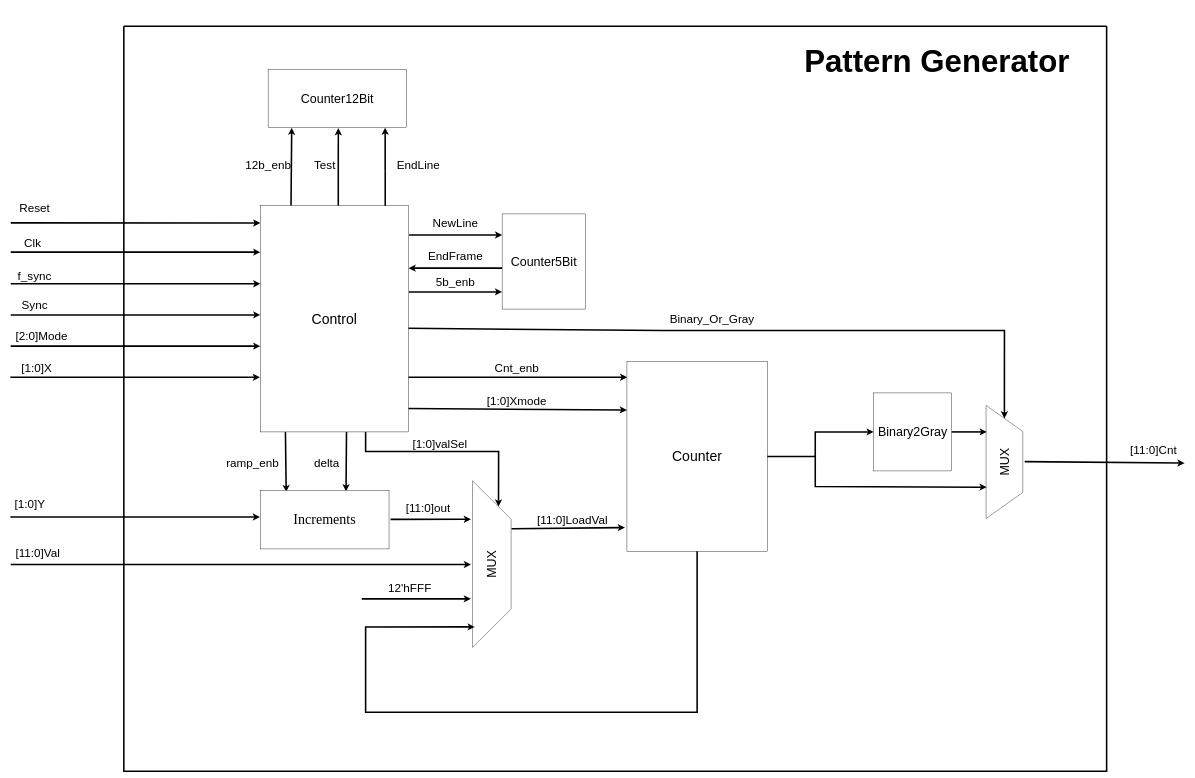
This is Diagrams/TOP.drawio from sabarioded/Patterns_Project, a draw.io file, before an edit. Source tidied: cells renumbered, new cells numbered last; positions are measured from the earlier drawing's top-left corner, leaving out a move shared by most shapes. Both pictures are drawn from the tidied source at 39%, with x=0, y=0 at pixel (10, 7).
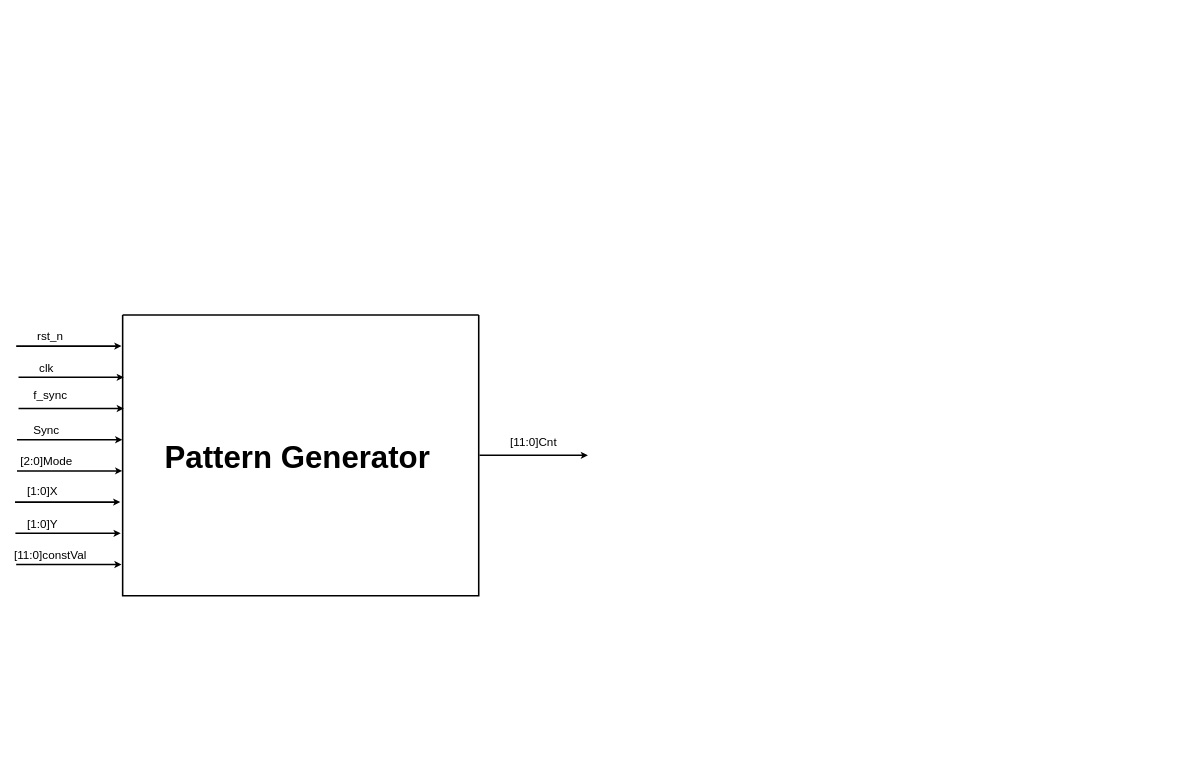
The same diagram, later.

The edit, as a diff of the source:
```diff
@@
-    <mxCell id="2" value="&lt;font style=&quot;font-size: 32px;&quot;&gt;MUX&lt;/font&gt;" style="verticalLabelPosition=middle;verticalAlign=middle;html=1;shape=trapezoid;perimeter=trapezoidPerimeter;whiteSpace=wrap;size=0.23;arcSize=10;flipV=1;labelPosition=center;align=center;rotation=-90;" parent="1" vertex="1">
-      <mxGeometry x="2403.9" y="1120" width="290" height="94" as="geometry" />
-    </mxCell>
-    <mxCell id="3" value="&lt;font style=&quot;font-size: 32px;&quot;&gt;Binary2Gray&lt;/font&gt;" style="whiteSpace=wrap;html=1;" parent="1" vertex="1">
-      <mxGeometry x="2213.9" y="990" width="200" height="200" as="geometry" />
-    </mxCell>
-    <mxCell id="4" style="edgeStyle=none;orthogonalLoop=1;jettySize=auto;html=1;rounded=0;strokeWidth=4;" parent="1" edge="1">
-      <mxGeometry relative="1" as="geometry">
-        <mxPoint x="1" y="554" as="sourcePoint" />
-        <mxPoint x="641" y="554.4" as="targetPoint" />
-      </mxGeometry>
-    </mxCell>
-    <mxCell id="5" value="&lt;font style=&quot;font-size: 30px;&quot;&gt;Reset&lt;/font&gt;" style="text;html=1;align=center;verticalAlign=middle;strokeColor=none;fillColor=none;" parent="1" vertex="1">
-      <mxGeometry x="12" y="490" width="100" height="50" as="geometry" />
+    <mxCell id="5" value="&lt;font style=&quot;font-size: 30px;&quot;&gt;rst_n&lt;/font&gt;" style="text;html=1;align=center;verticalAlign=middle;strokeColor=none;fillColor=none;" parent="1" vertex="1">
+      <mxGeometry x="57" y="820" width="90" height="50" as="geometry" />
     </mxCell>
-    <mxCell id="6" style="edgeStyle=none;orthogonalLoop=1;jettySize=auto;html=1;rounded=0;strokeWidth=4;" parent="1" edge="1">
-      <mxGeometry relative="1" as="geometry">
-        <mxPoint x="1" y="629" as="sourcePoint" />
-        <mxPoint x="641" y="629" as="targetPoint" />
-      </mxGeometry>
-    </mxCell>
-    <mxCell id="7" value="&lt;font style=&quot;font-size: 30px;&quot;&gt;Clk&lt;/font&gt;" style="text;html=1;align=center;verticalAlign=middle;strokeColor=none;fillColor=none;rotation=0;" parent="1" vertex="1">
-      <mxGeometry x="22" y="580" width="70" height="50" as="geometry" />
+    <mxCell id="7" value="&lt;font style=&quot;font-size: 30px;&quot;&gt;clk&lt;/font&gt;" style="text;html=1;align=center;verticalAlign=middle;strokeColor=none;fillColor=none;rotation=0;" parent="1" vertex="1">
+      <mxGeometry x="62" y="900" width="60" height="50" as="geometry" />
     </mxCell>
     <mxCell id="8" value="&lt;font style=&quot;font-size: 30px;&quot;&gt;Sync&lt;/font&gt;" style="text;html=1;align=center;verticalAlign=middle;strokeColor=none;fillColor=none;" parent="1" vertex="1">
-      <mxGeometry x="17" y="740" width="90" height="50" as="geometry" />
+      <mxGeometry x="47" y="1060" width="90" height="50" as="geometry" />
     </mxCell>
     <mxCell id="9" value="&lt;font style=&quot;font-size: 30px;&quot;&gt;f_sync&lt;/font&gt;" style="text;html=1;align=center;verticalAlign=middle;strokeColor=none;fillColor=none;" parent="1" vertex="1">
-      <mxGeometry x="7" y="664" width="110" height="50" as="geometry" />
+      <mxGeometry x="47" y="970" width="110" height="50" as="geometry" />
     </mxCell>
     <mxCell id="10" value="&lt;font style=&quot;font-size: 30px;&quot;&gt;[2:0]Mode&lt;/font&gt;" style="text;html=1;align=center;verticalAlign=middle;strokeColor=none;fillColor=none;" parent="1" vertex="1">
-      <mxGeometry y="820" width="160" height="50" as="geometry" />
+      <mxGeometry x="12" y="1140" width="160" height="50" as="geometry" />
     </mxCell>
     <mxCell id="11" value="&lt;font style=&quot;font-size: 30px;&quot;&gt;[1:0]X&lt;/font&gt;" style="text;html=1;align=center;verticalAlign=middle;strokeColor=none;fillColor=none;" parent="1" vertex="1">
-      <mxGeometry x="17" y="900" width="100" height="50" as="geometry" />
+      <mxGeometry x="32" y="1215" width="100" height="50" as="geometry" />
     </mxCell>
     <mxCell id="12" value="&lt;font style=&quot;font-size: 30px;&quot;&gt;[1:0]Y&lt;/font&gt;" style="text;html=1;align=center;verticalAlign=middle;strokeColor=none;fillColor=none;" parent="1" vertex="1">
-      <mxGeometry y="1250" width="100" height="50" as="geometry" />
+      <mxGeometry x="32" y="1300" width="100" height="50" as="geometry" />
     </mxCell>
-    <mxCell id="13" value="&lt;font style=&quot;font-size: 30px;&quot;&gt;delta&lt;/font&gt;" style="text;html=1;align=center;verticalAlign=middle;strokeColor=none;fillColor=none;" parent="1" vertex="1">
-      <mxGeometry x="766" y="1145" width="90" height="50" as="geometry" />
-    </mxCell>
-    <mxCell id="14" style="edgeStyle=none;jettySize=auto;html=1;rounded=0;exitX=0.104;exitY=1.002;exitDx=0;exitDy=0;exitPerimeter=0;entryX=0.201;entryY=0.027;entryDx=0;entryDy=0;entryPerimeter=0;strokeWidth=4;" parent="1" edge="1" target="17">
-      <mxGeometry relative="1" as="geometry">
-        <mxPoint x="705.3" y="1085" as="sourcePoint" />
-      </mxGeometry>
-    </mxCell>
-    <mxCell id="15" style="edgeStyle=none;orthogonalLoop=1;jettySize=auto;html=1;rounded=0;exitX=0.104;exitY=1.002;exitDx=0;exitDy=0;exitPerimeter=0;entryX=0.696;entryY=0.016;entryDx=0;entryDy=0;entryPerimeter=0;strokeWidth=4;" parent="1" edge="1">
-      <mxGeometry relative="1" as="geometry">
-        <mxPoint x="862" y="1090" as="sourcePoint" />
-        <mxPoint x="860.7" y="1242.4" as="targetPoint" />
-      </mxGeometry>
-    </mxCell>
-    <mxCell id="16" value="&lt;font style=&quot;font-size: 30px;&quot;&gt;ramp_enb&lt;/font&gt;" style="text;html=1;align=center;verticalAlign=middle;strokeColor=none;fillColor=none;" parent="1" vertex="1">
-      <mxGeometry x="541" y="1145" width="160" height="50" as="geometry" />
-    </mxCell>
-    <mxCell id="17" value="&lt;span style=&quot;font-family: &amp;quot;Times New Roman&amp;quot;, serif; font-size: 36px; text-align: start;&quot;&gt;Increments&lt;/span&gt;" style="rounded=0;whiteSpace=wrap;html=1;" parent="1" vertex="1">
-      <mxGeometry x="641" y="1240" width="330" height="150" as="geometry" />
-    </mxCell>
-    <mxCell id="18" style="endArrow=classic;html=1;rounded=0;entryX=-0.014;entryY=0.875;entryDx=0;entryDy=0;entryPerimeter=0;strokeWidth=4;" parent="1" edge="1" target="41">
-      <mxGeometry relative="1" as="geometry">
-        <mxPoint x="1285" y="1338.2" as="sourcePoint" />
-      </mxGeometry>
-    </mxCell>
-    <mxCell id="19" value="&lt;font style=&quot;font-size: 30px;&quot;&gt;[11:0]LoadVal&lt;/font&gt;" style="text;html=1;align=center;verticalAlign=middle;strokeColor=none;fillColor=none;" parent="1" vertex="1">
-      <mxGeometry x="1341" y="1290" width="200" height="50" as="geometry" />
-    </mxCell>
-    <mxCell id="20" style="endArrow=classic;html=1;rounded=0;entryX=0.007;entryY=0.19;entryDx=0;entryDy=0;entryPerimeter=0;strokeWidth=4;" parent="1" edge="1">
-      <mxGeometry relative="1" as="geometry">
-        <mxPoint x="1018.5" y="1030" as="sourcePoint" />
-        <mxPoint x="1581" y="1033.7" as="targetPoint" />
-      </mxGeometry>
-    </mxCell>
-    <mxCell id="21" value="&lt;font style=&quot;font-size: 30px;&quot;&gt;[1:0]Xmode&lt;/font&gt;" style="text;html=1;align=center;verticalAlign=middle;strokeColor=none;fillColor=none;" parent="1" vertex="1">
-      <mxGeometry x="1208" y="985" width="180" height="50" as="geometry" />
-    </mxCell>
-    <mxCell id="22" style="endArrow=classic;html=1;rounded=0;entryX=0.002;entryY=0.082;entryDx=0;entryDy=0;entryPerimeter=0;strokeWidth=4;" parent="1" edge="1" target="41">
-      <mxGeometry relative="1" as="geometry">
-        <mxPoint x="1017" y="950" as="sourcePoint" />
-      </mxGeometry>
-    </mxCell>
-    <mxCell id="23" value="&lt;font style=&quot;font-size: 30px;&quot;&gt;Cnt_enb&lt;/font&gt;" style="text;html=1;align=center;verticalAlign=middle;strokeColor=none;fillColor=none;" parent="1" vertex="1">
-      <mxGeometry x="1228" y="900" width="140" height="50" as="geometry" />
-    </mxCell>
-    <mxCell id="24" style="endArrow=classic;html=1;rounded=0;exitX=0.526;exitY=0;exitDx=0;exitDy=0;exitPerimeter=0;strokeWidth=4;" parent="1" edge="1">
-      <mxGeometry relative="1" as="geometry">
-        <mxPoint x="840.9" y="510" as="sourcePoint" />
-        <mxPoint x="841" y="311" as="targetPoint" />
-      </mxGeometry>
-    </mxCell>
-    <mxCell id="25" style="endArrow=classic;html=1;rounded=0;exitX=0.207;exitY=-0.001;exitDx=0;exitDy=0;exitPerimeter=0;entryX=1;entryY=1;entryDx=0;entryDy=0;strokeWidth=4;" parent="1" edge="1">
-      <mxGeometry relative="1" as="geometry">
-        <mxPoint x="719.7" y="509.5" as="sourcePoint" />
-        <mxPoint x="721.5" y="310" as="targetPoint" />
-      </mxGeometry>
-    </mxCell>
-    <mxCell id="26" value="&lt;font style=&quot;font-size: 30px;&quot;&gt;12b_enb&lt;/font&gt;" style="text;html=1;align=center;verticalAlign=middle;strokeColor=none;fillColor=none;" parent="1" vertex="1">
-      <mxGeometry x="591" y="380" width="140" height="50" as="geometry" />
-    </mxCell>
-    <mxCell id="27" value="&lt;font style=&quot;font-size: 30px;&quot;&gt;Test&lt;/font&gt;" style="text;html=1;align=center;verticalAlign=middle;strokeColor=none;fillColor=none;" parent="1" vertex="1">
-      <mxGeometry x="766" y="380" width="80" height="50" as="geometry" />
-    </mxCell>
-    <mxCell id="28" value="&lt;font style=&quot;font-size: 32px;&quot;&gt;Counter&lt;/font&gt;&lt;span style=&quot;font-size: 32px;&quot;&gt;12Bit&lt;/span&gt;" style="rounded=0;whiteSpace=wrap;html=1;" parent="1" vertex="1">
-      <mxGeometry x="661" y="160" width="355" height="150" as="geometry" />
-    </mxCell>
-    <mxCell id="29" value="&lt;font style=&quot;font-size: 30px;&quot;&gt;EndLine&lt;/font&gt;" style="text;html=1;align=center;verticalAlign=middle;strokeColor=none;fillColor=none;" parent="1" vertex="1">
-      <mxGeometry x="981" y="380" width="130" height="50" as="geometry" />
-    </mxCell>
-    <mxCell id="30" value="&lt;div&gt;&lt;br&gt;&lt;/div&gt;&lt;div&gt;&lt;br&gt;&lt;/div&gt;" style="endArrow=classic;html=1;rounded=0;endFill=1;targetPerimeterSpacing=0;strokeColor=default;fillColor=#000000;strokeWidth=4;" parent="1" edge="1">
-      <mxGeometry relative="1" as="geometry">
-        <mxPoint x="1022" y="731.3" as="sourcePoint" />
-        <mxPoint x="1261" y="731" as="targetPoint" />
-      </mxGeometry>
-    </mxCell>
-    <mxCell id="31" value="&lt;font style=&quot;font-size: 30px;&quot;&gt;5b_enb&lt;/font&gt;" style="text;html=1;align=center;verticalAlign=middle;strokeColor=none;fillColor=none;" parent="1" vertex="1">
-      <mxGeometry x="1081" y="680" width="120" height="50" as="geometry" />
-    </mxCell>
-    <mxCell id="32" value="&lt;font style=&quot;font-size: 30px;&quot;&gt;EndFrame&lt;/font&gt;" style="text;html=1;align=center;verticalAlign=middle;strokeColor=none;fillColor=none;" parent="1" vertex="1">
-      <mxGeometry x="1061" y="614" width="160" height="50" as="geometry" />
-    </mxCell>
-    <mxCell id="33" style="endArrow=classic;html=1;rounded=0;strokeWidth=4;" parent="1" edge="1">
-      <mxGeometry relative="1" as="geometry">
-        <mxPoint x="1261" y="670" as="sourcePoint" />
-        <mxPoint x="1021.1" y="670" as="targetPoint" />
-      </mxGeometry>
-    </mxCell>
-    <mxCell id="34" value="&lt;font style=&quot;font-size: 32px;&quot;&gt;Counter&lt;/font&gt;&lt;span style=&quot;font-size: 32px;&quot;&gt;5Bit&lt;/span&gt;" style="rounded=0;whiteSpace=wrap;html=1;" parent="1" vertex="1">
-      <mxGeometry x="1261" y="531" width="213.9" height="244" as="geometry" />
-    </mxCell>
-    <mxCell id="35" value="&lt;font style=&quot;font-size: 32px;&quot;&gt;MUX&lt;/font&gt;" style="verticalLabelPosition=middle;verticalAlign=middle;html=1;shape=trapezoid;perimeter=trapezoidPerimeter;whiteSpace=wrap;size=0.23;arcSize=10;flipV=1;labelPosition=center;align=center;rotation=-90;" parent="1" vertex="1">
-      <mxGeometry x="1021.1" y="1379.4" width="427" height="99" as="geometry" />
-    </mxCell>
-    <mxCell id="36" style="endArrow=classic;html=1;rounded=0;strokeWidth=4;" parent="1" edge="1">
-      <mxGeometry relative="1" as="geometry">
-        <mxPoint x="975" y="1314.3" as="sourcePoint" />
-        <mxPoint x="1181" y="1314" as="targetPoint" />
-      </mxGeometry>
-    </mxCell>
-    <mxCell id="37" value="&lt;font style=&quot;font-size: 30px;&quot;&gt;[11:0]out&lt;/font&gt;" style="text;html=1;align=center;verticalAlign=middle;strokeColor=none;fillColor=none;" parent="1" vertex="1">
-      <mxGeometry x="1001" y="1260" width="140" height="50" as="geometry" />
-    </mxCell>
     <mxCell id="38" style="endArrow=classic;html=1;rounded=0;strokeWidth=4;" parent="1" edge="1">
       <mxGeometry relative="1" as="geometry">
-        <mxPoint x="1" y="1430" as="sourcePoint" />
-        <mxPoint x="1181" y="1430" as="targetPoint" />
+        <mxPoint x="15" y="1430" as="sourcePoint" />
+        <mxPoint x="285" y="1430" as="targetPoint" />
       </mxGeometry>
     </mxCell>
-    <mxCell id="39" style="endArrow=classic;html=1;rounded=0;strokeWidth=4;" parent="1" edge="1">
-      <mxGeometry relative="1" as="geometry">
-        <mxPoint x="901" y="1518" as="sourcePoint" />
-        <mxPoint x="1181" y="1518" as="targetPoint" />
-      </mxGeometry>
-    </mxCell>
-    <mxCell id="40" value="&lt;font style=&quot;font-size: 30px;&quot;&gt;[11:0]Val&lt;/font&gt;" style="text;html=1;align=center;verticalAlign=middle;strokeColor=none;fillColor=none;" parent="1" vertex="1">
-      <mxGeometry y="1375" width="140" height="50" as="geometry" />
+    <mxCell id="40" value="&lt;font style=&quot;font-size: 30px;&quot;&gt;[11:0]constVal&lt;/font&gt;" style="text;html=1;align=center;verticalAlign=middle;strokeColor=none;fillColor=none;" parent="1" vertex="1">
+      <mxGeometry x="-3" y="1380" width="210" height="50" as="geometry" />
     </mxCell>
-    <mxCell id="41" value="&lt;font style=&quot;font-size: 36px;&quot;&gt;Counter&lt;/font&gt;" style="rounded=0;whiteSpace=wrap;html=1;" parent="1" vertex="1">
-      <mxGeometry x="1581" y="910" width="360" height="486" as="geometry" />
-    </mxCell>
-    <mxCell id="42" value="&lt;font style=&quot;font-size: 30px;&quot;&gt;12'hFFF&lt;/font&gt;" style="text;html=1;align=center;verticalAlign=middle;strokeColor=none;fillColor=none;" parent="1" vertex="1">
-      <mxGeometry x="959" y="1465" width="130" height="50" as="geometry" />
-    </mxCell>
-    <mxCell id="43" style="endArrow=classic;html=1;rounded=0;entryX=1;entryY=0.75;entryDx=0;entryDy=0;strokeWidth=4;" parent="1" edge="1" target="35">
-      <mxGeometry relative="1" as="geometry">
-        <mxPoint x="911" y="1090" as="sourcePoint" />
-        <Array as="points">
-          <mxPoint x="911" y="1140" />
-          <mxPoint x="1081" y="1140" />
-          <mxPoint x="1252" y="1140" />
-        </Array>
-      </mxGeometry>
-    </mxCell>
-    <mxCell id="44" value="&lt;font style=&quot;font-size: 30px;&quot;&gt;[1:0]valSel&lt;/font&gt;" style="text;html=1;align=center;verticalAlign=middle;strokeColor=none;fillColor=none;" parent="1" vertex="1">
-      <mxGeometry x="1021" y="1095" width="160" height="50" as="geometry" />
-    </mxCell>
-    <mxCell id="45" style="endArrow=none;html=1;rounded=0;exitX=1;exitY=0.5;exitDx=0;exitDy=0;strokeWidth=4;" parent="1" edge="1" source="41">
-      <mxGeometry relative="1" as="geometry">
-        <mxPoint x="2063.9" y="1153" as="targetPoint" />
-      </mxGeometry>
-    </mxCell>
-    <mxCell id="46" style="endArrow=classic;html=1;rounded=0;entryX=0;entryY=0.5;entryDx=0;entryDy=0;strokeWidth=4;" parent="1" edge="1" target="3">
-      <mxGeometry relative="1" as="geometry">
-        <mxPoint x="2063.9" y="1154" as="sourcePoint" />
-        <Array as="points">
-          <mxPoint x="2063.9" y="1090" />
-        </Array>
-      </mxGeometry>
-    </mxCell>
-    <mxCell id="47" style="endArrow=classic;html=1;rounded=0;entryX=0.277;entryY=0.983;entryDx=0;entryDy=0;entryPerimeter=0;strokeWidth=4;" parent="1" edge="1" target="2">
-      <mxGeometry relative="1" as="geometry">
-        <mxPoint x="2063.9" y="1150" as="sourcePoint" />
-        <Array as="points">
-          <mxPoint x="2063.9" y="1230" />
-        </Array>
-      </mxGeometry>
-    </mxCell>
-    <mxCell id="48" style="endArrow=classic;html=1;rounded=0;exitX=1;exitY=0.5;exitDx=0;exitDy=0;strokeWidth=4;" parent="1" edge="1" source="3">
-      <mxGeometry relative="1" as="geometry">
-        <mxPoint x="2503.9" y="1090" as="targetPoint" />
-      </mxGeometry>
-    </mxCell>
     <mxCell id="49" style="endArrow=classic;html=1;rounded=0;strokeWidth=4;" parent="1" edge="1">
       <mxGeometry relative="1" as="geometry">
-        <mxPoint x="2600.9" y="1166.1" as="sourcePoint" />
-        <mxPoint x="3011" y="1170" as="targetPoint" />
+        <mxPoint x="1203" y="1150" as="sourcePoint" />
+        <mxPoint x="1481" y="1150" as="targetPoint" />
       </mxGeometry>
     </mxCell>
     <mxCell id="50" value="&lt;font style=&quot;font-size: 30px;&quot;&gt;[11:0]Cnt&lt;/font&gt;" style="text;html=1;align=center;verticalAlign=middle;strokeColor=none;fillColor=none;" parent="1" vertex="1">
-      <mxGeometry x="2861" y="1110" width="140" height="50" as="geometry" />
+      <mxGeometry x="1271" y="1090" width="140" height="50" as="geometry" />
     </mxCell>
-    <mxCell id="51" style="endArrow=classic;html=1;rounded=0;exitX=0.993;exitY=0.302;exitDx=0;exitDy=0;exitPerimeter=0;entryX=1;entryY=0.5;entryDx=0;entryDy=0;strokeWidth=4;" parent="1" edge="1" target="2">
-      <mxGeometry relative="1" as="geometry">
-        <mxPoint x="1017.4" y="824.2" as="sourcePoint" />
-        <Array as="points">
-          <mxPoint x="1671" y="830" />
-          <mxPoint x="2549" y="830" />
-        </Array>
-      </mxGeometry>
-    </mxCell>
-    <mxCell id="52" value="&lt;font style=&quot;font-size: 30px;&quot;&gt;Binary_Or_Gray&lt;/font&gt;" style="text;html=1;align=center;verticalAlign=middle;strokeColor=none;fillColor=none;" parent="1" vertex="1">
-      <mxGeometry x="1678.9" y="775" width="240" height="50" as="geometry" />
-    </mxCell>
-    <mxCell id="53" value="&lt;font style=&quot;font-size: 36px;&quot;&gt;Control&lt;/font&gt;" style="rounded=0;whiteSpace=wrap;html=1;" parent="1" vertex="1">
-      <mxGeometry x="641" y="510" width="380" height="580" as="geometry" />
-    </mxCell>
-    <mxCell id="54" style="endArrow=classic;html=1;rounded=0;strokeWidth=4;" parent="1" edge="1">
-      <mxGeometry relative="1" as="geometry">
-        <mxPoint x="1022.5" y="585" as="sourcePoint" />
-        <mxPoint x="1261" y="585" as="targetPoint" />
-      </mxGeometry>
-    </mxCell>
-    <mxCell id="55" value="&lt;font style=&quot;font-size: 30px;&quot;&gt;NewLine&lt;/font&gt;" style="text;html=1;align=center;verticalAlign=middle;strokeColor=none;fillColor=none;" parent="1" vertex="1">
-      <mxGeometry x="1071" y="530" width="140" height="50" as="geometry" />
-    </mxCell>
-    <mxCell id="56" style="endArrow=classic;html=1;rounded=0;entryX=0.123;entryY=0.941;entryDx=0;entryDy=0;entryPerimeter=0;exitX=0.5;exitY=1;exitDx=0;exitDy=0;strokeWidth=4;" parent="1" edge="1" source="41" target="35">
-      <mxGeometry relative="1" as="geometry">
-        <Array as="points">
-          <mxPoint x="1761" y="1809" />
-          <mxPoint x="911" y="1809" />
-          <mxPoint x="911" y="1590" />
-        </Array>
-      </mxGeometry>
-    </mxCell>
-    <mxCell id="57" style="endArrow=classic;html=1;rounded=0;exitX=0.843;exitY=0;exitDx=0;exitDy=0;exitPerimeter=0;strokeWidth=4;" parent="1" edge="1">
-      <mxGeometry relative="1" as="geometry">
-        <mxPoint x="961.3" y="510" as="sourcePoint" />
-        <mxPoint x="961" y="310" as="targetPoint" />
-      </mxGeometry>
-    </mxCell>
-    <mxCell id="58" style="edgeStyle=none;orthogonalLoop=1;jettySize=auto;html=1;rounded=0;strokeWidth=4;" parent="1" edge="1">
-      <mxGeometry relative="1" as="geometry">
-        <mxPoint x="1" y="710" as="sourcePoint" />
-        <mxPoint x="641" y="710" as="targetPoint" />
-      </mxGeometry>
-    </mxCell>
-    <mxCell id="59" style="edgeStyle=none;orthogonalLoop=1;jettySize=auto;html=1;rounded=0;strokeWidth=4;" parent="1" edge="1">
-      <mxGeometry relative="1" as="geometry">
-        <mxPoint x="1" y="790" as="sourcePoint" />
-        <mxPoint x="641" y="790" as="targetPoint" />
-      </mxGeometry>
-    </mxCell>
-    <mxCell id="60" style="edgeStyle=none;orthogonalLoop=1;jettySize=auto;html=1;rounded=0;strokeWidth=4;" parent="1" edge="1">
-      <mxGeometry relative="1" as="geometry">
-        <mxPoint x="1" y="870" as="sourcePoint" />
-        <mxPoint x="641" y="870" as="targetPoint" />
-      </mxGeometry>
-    </mxCell>
-    <mxCell id="61" style="edgeStyle=none;orthogonalLoop=1;jettySize=auto;html=1;rounded=0;strokeWidth=4;" parent="1" edge="1">
-      <mxGeometry relative="1" as="geometry">
-        <mxPoint y="950" as="sourcePoint" />
-        <mxPoint x="640" y="950" as="targetPoint" />
-      </mxGeometry>
-    </mxCell>
-    <mxCell id="62" style="edgeStyle=none;orthogonalLoop=1;jettySize=auto;html=1;rounded=0;strokeWidth=4;" parent="1" edge="1">
-      <mxGeometry relative="1" as="geometry">
-        <mxPoint y="1308.3" as="sourcePoint" />
-        <mxPoint x="640" y="1308.3" as="targetPoint" />
-      </mxGeometry>
-    </mxCell>
     <mxCell id="63" style="swimlane;startSize=0;strokeWidth=4;" parent="1" vertex="1">
-      <mxGeometry x="291" y="50" width="2520" height="1910" as="geometry" />
+      <mxGeometry x="288" y="790" width="913" height="720" as="geometry" />
     </mxCell>
     <mxCell id="64" value="&lt;font style=&quot;font-size: 80px;&quot;&gt;&lt;b&gt;Pattern Generator&lt;/b&gt;&lt;/font&gt;" style="text;html=1;align=center;verticalAlign=middle;whiteSpace=wrap;rounded=0;" parent="63" vertex="1">
-      <mxGeometry x="1660" y="-50" width="850" height="280" as="geometry" />
+      <mxGeometry x="23" y="225" width="850" height="280" as="geometry" />
     </mxCell>
+    <mxCell id="65" style="endArrow=classic;html=1;rounded=0;strokeWidth=4;" parent="1" edge="1">
+      <mxGeometry relative="1" as="geometry">
+        <mxPoint x="13" y="1350" as="sourcePoint" />
+        <mxPoint x="283" y="1350" as="targetPoint" />
+      </mxGeometry>
+    </mxCell>
+    <mxCell id="66" style="endArrow=classic;html=1;rounded=0;strokeWidth=4;" parent="1" edge="1">
+      <mxGeometry relative="1" as="geometry">
+        <mxPoint x="12" y="1270" as="sourcePoint" />
+        <mxPoint x="282" y="1270" as="targetPoint" />
+      </mxGeometry>
+    </mxCell>
+    <mxCell id="67" style="endArrow=classic;html=1;rounded=0;strokeWidth=4;" parent="1" edge="1">
+      <mxGeometry relative="1" as="geometry">
+        <mxPoint x="17" y="1190" as="sourcePoint" />
+        <mxPoint x="287" y="1190" as="targetPoint" />
+      </mxGeometry>
+    </mxCell>
+    <mxCell id="68" style="endArrow=classic;html=1;rounded=0;strokeWidth=4;" parent="1" edge="1">
+      <mxGeometry relative="1" as="geometry">
+        <mxPoint x="17" y="1110" as="sourcePoint" />
+        <mxPoint x="287" y="1110" as="targetPoint" />
+      </mxGeometry>
+    </mxCell>
+    <mxCell id="69" style="endArrow=classic;html=1;rounded=0;strokeWidth=4;" parent="1" edge="1">
+      <mxGeometry relative="1" as="geometry">
+        <mxPoint x="21" y="1030" as="sourcePoint" />
+        <mxPoint x="291" y="1030" as="targetPoint" />
+      </mxGeometry>
+    </mxCell>
+    <mxCell id="70" style="endArrow=classic;html=1;rounded=0;strokeWidth=4;" parent="1" edge="1">
+      <mxGeometry relative="1" as="geometry">
+        <mxPoint x="15" y="870" as="sourcePoint" />
+        <mxPoint x="285" y="870" as="targetPoint" />
+      </mxGeometry>
+    </mxCell>
+    <mxCell id="71" style="endArrow=classic;html=1;rounded=0;strokeWidth=4;" parent="1" edge="1">
+      <mxGeometry relative="1" as="geometry">
+        <mxPoint x="21" y="950" as="sourcePoint" />
+        <mxPoint x="291" y="950" as="targetPoint" />
+      </mxGeometry>
+    </mxCell>
```
